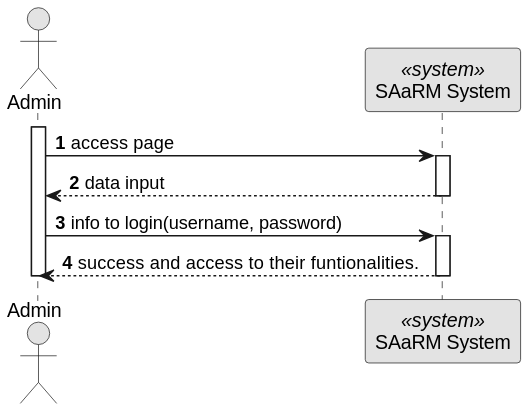
The PlantUML diagram docs/BackofficeModule/7.2.10/sequence-diagram-1.svg in Ana-Miguel-Silva/SurgicalAppointmentAndResourceManagement, before a commit. Source of this version:
```plantuml
@startuml
skinparam monochrome true
skinparam packageStyle rectangle
skinparam shadowing false

autonumber

actor "Admin" as AD
participant "SAaRM System" as SYS <<system>>

activate AD
AD -> SYS: access page
activate SYS
SYS --> AD : data input
deactivate SYS
AD -> SYS : info to login(username, password)
activate SYS
SYS --> AD : success and access to their funtionalities.

deactivate SYS

deactivate AD
@enduml
```
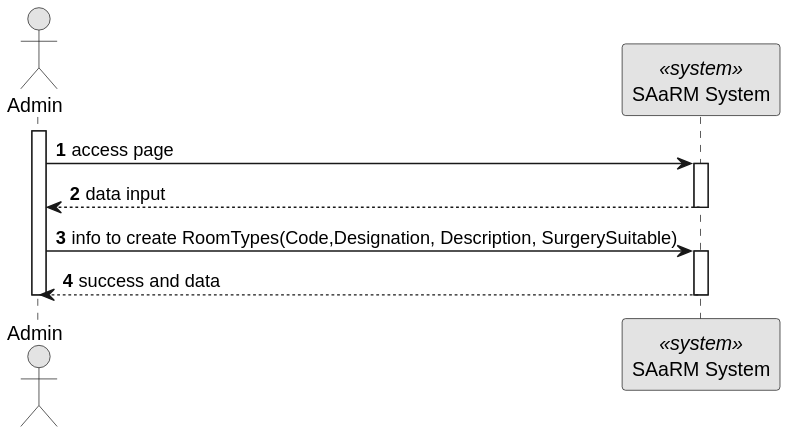
The same diagram one commit later.

Diff of the diagram source:
```diff
@@ -13,9 +13,9 @@
 activate SYS
 SYS --> AD : data input
 deactivate SYS
-AD -> SYS : info to login(username, password)
+AD -> SYS : info to create RoomTypes(Code,Designation, Description, SurgerySuitable)
 activate SYS
-SYS --> AD : success and access to their funtionalities.
+SYS --> AD : success and data
 
 deactivate SYS
 
```
